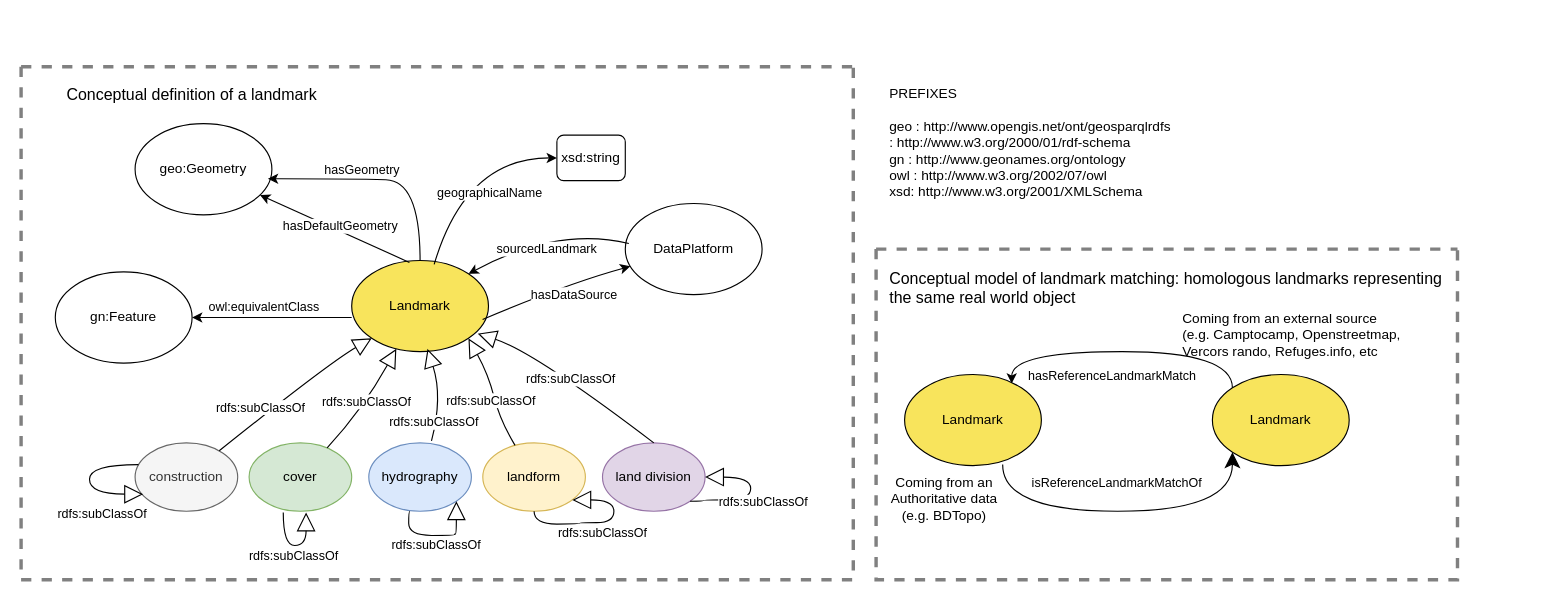
The draw.io diagram diagram/conceptual_model.drawio in umrlastig/landmark-ontology, before the edit. Source tidied: cells renumbered, new cells numbered last; positions are measured from the earlier drawing's top-left corner, leaving out a move shared by most shapes. Both pictures are drawn from the tidied source at 114%, with x=0, y=0 at pixel (21, 66).
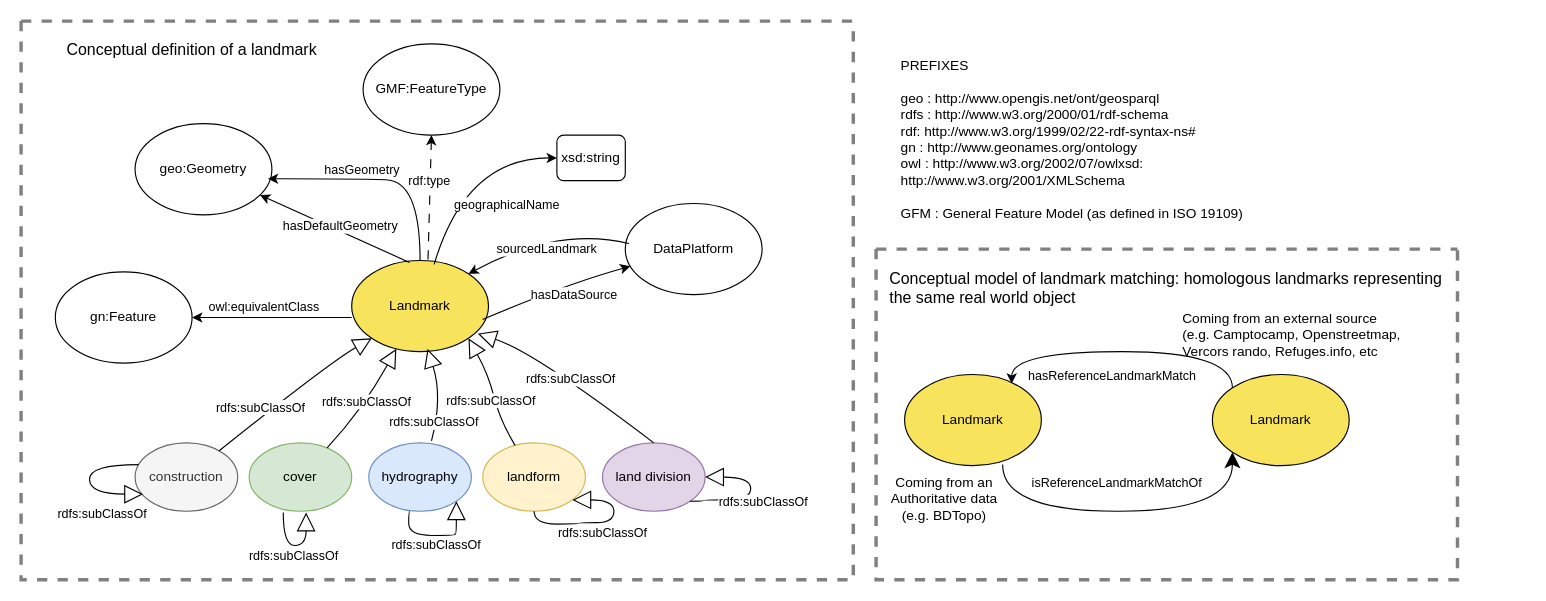
After the change.

Commit message:
conceptual_model.drawio : add featuretype méta class

Unchanged cells that the change refers to:
```xml
<mxCell id="2" value="Landmark" style="ellipse;whiteSpace=wrap;html=1;shapeInside=1;fillColor=light-dark(#f8e45c, #ededed);" parent="1" vertex="1">
  <mxGeometry x="290" y="170" width="120" height="80" as="geometry" />
</mxCell>
<mxCell id="9" style="curved=1;endArrow=classic;html=1;rounded=0;exitX=0.603;exitY=0.042;exitDx=0;exitDy=0;exitPerimeter=0;entryX=0;entryY=0.5;entryDx=0;entryDy=0;" parent="1" edge="1" source="2" target="8">
  <mxGeometry relative="1" as="geometry">
    <Array as="points">
      <mxPoint x="390" y="80" />
    </Array>
  </mxGeometry>
</mxCell>
```

The edit, as a diff of the source:
```diff
@@
     <mxCell id="10" value="geographicalName" style="edgeLabel;html=1;align=center;verticalAlign=middle;" parent="9" vertex="1">
       <mxGeometry x="-0.03" y="-11" relative="1" as="geometry">
-        <mxPoint x="13" y="16" as="offset" />
+        <mxPoint x="28" y="26" as="offset" />
       </mxGeometry>
     </mxCell>
@@
-    <mxCell id="28" value="PREFIXES&#10;&#10;geo : http://www.opengis.net/ont/geosparqlrdfs : http://www.w3.org/2000/01/rdf-schema&#10;gn : http://www.geonames.org/ontology&#10;owl : http://www.w3.org/2002/07/owl&#10;xsd: http://www.w3.org/2001/XMLSchema" style="text;whiteSpace=wrap;glass=0;rounded=0;shadow=0;" parent="1" vertex="1">
-      <mxGeometry x="760" y="10" width="250" height="120" as="geometry" />
+    <mxCell id="28" value="PREFIXES&#10;&#10;geo : http://www.opengis.net/ont/geosparql&#10;rdfs : http://www.w3.org/2000/01/rdf-schema&#10;rdf: http://www.w3.org/1999/02/22-rdf-syntax-ns#&#10;gn : http://www.geonames.org/ontology&#10;owl : http://www.w3.org/2002/07/owlxsd: http://www.w3.org/2001/XMLSchema&#10;&#10;GFM : General Feature Model (as defined in ISO 19109)&#10;" style="text;whiteSpace=wrap;glass=0;rounded=0;shadow=0;" parent="1" vertex="1">
+      <mxGeometry x="770" y="-15" width="335" height="150" as="geometry" />
     </mxCell>
@@
     <mxCell id="52" style="swimlane;startSize=0;strokeWidth=3;dashed=1;strokeColor=#808080;" parent="1" vertex="1">
-      <mxGeometry width="730" height="450" as="geometry" />
+      <mxGeometry y="-40" width="730" height="490" as="geometry" />
     </mxCell>
@@
+    <mxCell id="54" value="GMF:FeatureType" style="ellipse;whiteSpace=wrap;html=1;shapeInside=1;" parent="52" vertex="1">
+      <mxGeometry x="300" y="20" width="120" height="80" as="geometry" />
+    </mxCell>
+    <mxCell id="55" style="endArrow=classic;html=1;rounded=0;exitX=0.558;exitY=-0.012;exitDx=0;exitDy=0;exitPerimeter=0;entryX=0.5;entryY=1;entryDx=0;entryDy=0;dashed=1;dashPattern=8 8;" parent="1" edge="1" source="2" target="54">
+      <mxGeometry relative="1" as="geometry" />
+    </mxCell>
+    <mxCell id="56" value="rdf:type" style="edgeLabel;html=1;align=center;verticalAlign=middle;" parent="55" vertex="1">
+      <mxGeometry x="0.28" y="1" relative="1" as="geometry" />
+    </mxCell>
```
